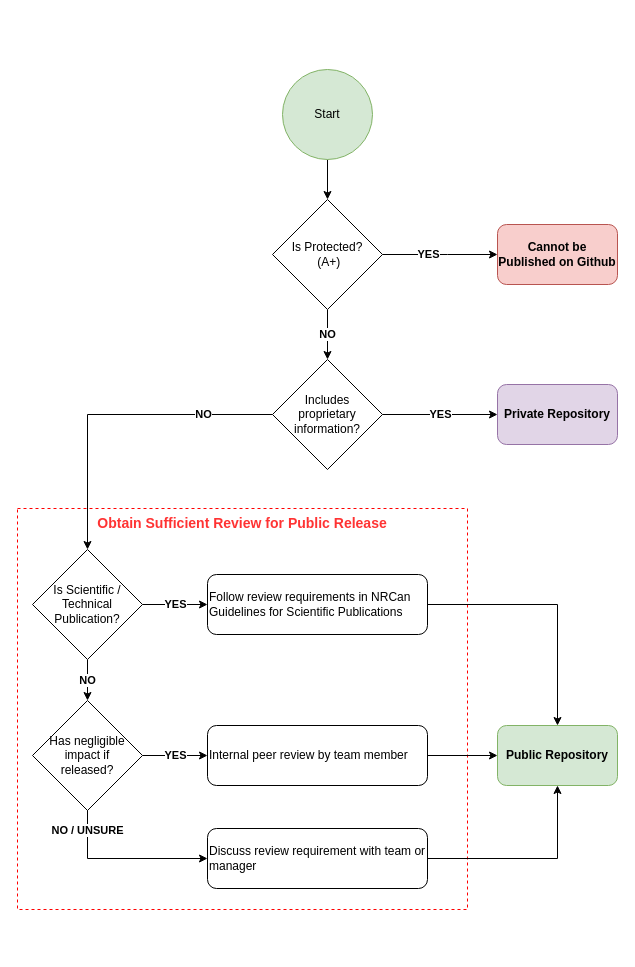
Above: docs/RepoType_v1.drawio in plesueur/repo-status (draw.io), before the change. Source tidied: cells renumbered, new cells numbered last; positions are measured from the earlier drawing's top-left corner, leaving out a move shared by most shapes. Both pictures are drawn from the tidied source at 100%, with x=0, y=0 at pixel (17, 69).
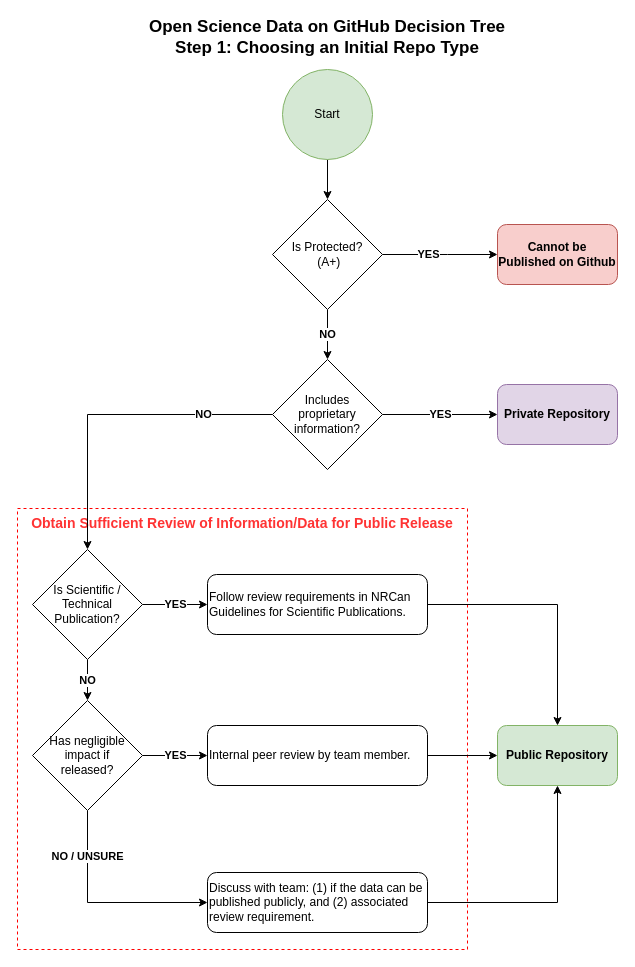
The same diagram, later.

Unchanged cells that the change refers to:
```xml
<mxCell id="14" value="Has negligible impact if &lt;br&gt;released?" style="rhombus;whiteSpace=wrap;html=1;" parent="1" vertex="1">
  <mxGeometry x="15" y="631" width="110" height="110" as="geometry" />
</mxCell>
```

What changed in the source:
```diff
@@
-    <mxCell id="2" value="&lt;font color=&quot;#ff3333&quot; style=&quot;font-size: 14px&quot;&gt;Obtain Sufficient Review for Public Release&lt;/font&gt;" style="rounded=0;whiteSpace=wrap;html=1;fillColor=none;dashed=1;strokeColor=#FF0000;align=center;verticalAlign=top;fontStyle=1;" parent="1" vertex="1">
-      <mxGeometry y="439" width="450" height="401" as="geometry" />
+    <mxCell id="2" value="&lt;font color=&quot;#ff3333&quot; style=&quot;font-size: 14px&quot;&gt;Obtain Sufficient Review of Information/Data for Public Release&lt;/font&gt;" style="rounded=0;whiteSpace=wrap;html=1;fillColor=none;dashed=1;strokeColor=#FF0000;align=center;verticalAlign=top;fontStyle=1;" parent="1" vertex="1">
+      <mxGeometry y="439" width="450" height="441" as="geometry" />
     </mxCell>
@@
-    <mxCell id="12" value="&lt;b&gt;NO / UNSURE&lt;/b&gt;" style="edgeStyle=orthogonalEdgeStyle;rounded=0;jettySize=auto;html=1;entryX=0;entryY=0.5;entryDx=0;entryDy=0;exitX=0.5;exitY=1;exitDx=0;exitDy=0;" parent="1" edge="1" target="26">
+    <mxCell id="12" value="&lt;b&gt;NO / UNSURE&lt;/b&gt;" style="edgeStyle=orthogonalEdgeStyle;rounded=0;jettySize=auto;html=1;entryX=0;entryY=0.5;entryDx=0;entryDy=0;exitX=0.5;exitY=1;exitDx=0;exitDy=0;" parent="1" edge="1" source="14" target="26">
       <mxGeometry x="-0.57" relative="1" as="geometry">
-        <mxPoint x="70" y="720" as="sourcePoint" />
         <Array as="points">
-          <mxPoint x="70" y="789" />
+          <mxPoint x="70" y="833" />
         </Array>
       </mxGeometry>
     </mxCell>
@@
-    <mxCell id="22" value="Follow review requirements in NRCan Guidelines for Scientific Publications" style="rounded=1;whiteSpace=wrap;html=1;align=left;verticalAlign=middle;" parent="1" vertex="1">
+    <mxCell id="22" value="Follow review requirements in NRCan Guidelines for Scientific Publications." style="rounded=1;whiteSpace=wrap;html=1;align=left;verticalAlign=middle;" parent="1" vertex="1">
       <mxGeometry x="190" y="505" width="220" height="60" as="geometry" />
     </mxCell>
@@
-    <mxCell id="24" value="Internal peer review by team member" style="rounded=1;whiteSpace=wrap;html=1;align=left;verticalAlign=middle;" parent="1" vertex="1">
+    <mxCell id="24" value="Internal peer review by team member." style="rounded=1;whiteSpace=wrap;html=1;align=left;verticalAlign=middle;" parent="1" vertex="1">
       <mxGeometry x="190" y="656" width="220" height="60" as="geometry" />
     </mxCell>
@@
-    <mxCell id="26" value="Discuss review requirement&amp;nbsp;with team or manager" style="rounded=1;whiteSpace=wrap;html=1;align=left;verticalAlign=middle;" parent="1" vertex="1">
-      <mxGeometry x="190" y="759" width="220" height="60" as="geometry" />
+    <mxCell id="26" value="Discuss with team: (1) if the data can be published publicly, and (2) associated review requirement." style="rounded=1;whiteSpace=wrap;html=1;align=left;verticalAlign=middle;" parent="1" vertex="1">
+      <mxGeometry x="190" y="803" width="220" height="60" as="geometry" />
     </mxCell>
+    <mxCell id="27" value="&lt;b&gt;&lt;font style=&quot;font-size: 17px&quot;&gt;Open Science Data on GitHub Decision Tree&lt;br&gt;Step 1: Choosing an Initial Repo Type&lt;br&gt;&lt;/font&gt;&lt;/b&gt;" style="rounded=0;whiteSpace=wrap;html=1;align=center;verticalAlign=middle;fillColor=none;strokeColor=none;" parent="1" vertex="1">
+      <mxGeometry x="95" y="-47" width="430" height="30" as="geometry" />
+    </mxCell>
```
